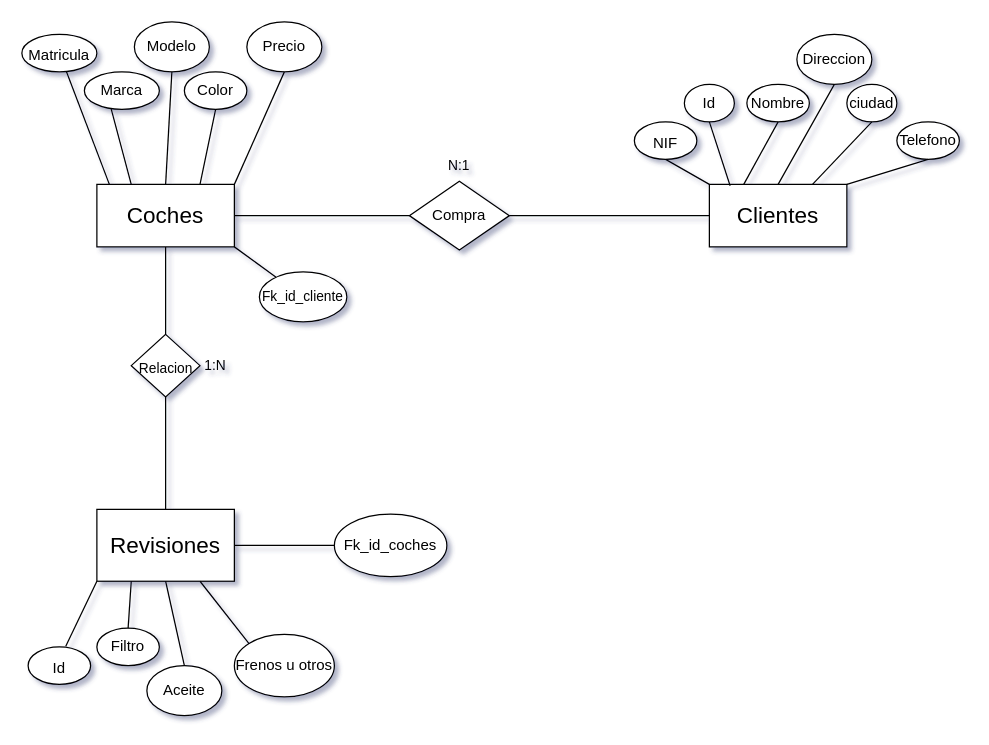
The draw.io diagram Untitled Diagram.drawio in elenaradrus/DiagramasDB, before the edit. Source tidied: cells renumbered, new cells numbered last; positions are measured from the earlier drawing's top-left corner, leaving out a move shared by most shapes. Both pictures are drawn from the tidied source at 125%, with x=0, y=0 at pixel (21, 21).
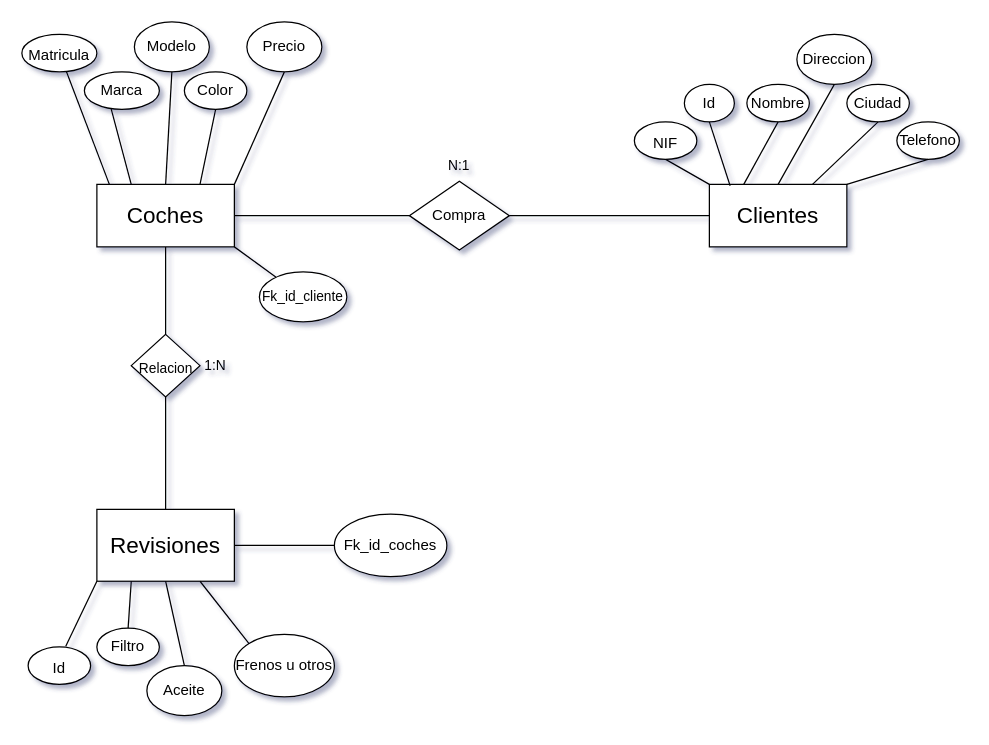
Above is the later version.

Change to the diagram source:
```diff
@@
-    <mxCell id="20" value="ciudad" style="ellipse;whiteSpace=wrap;html=1;fontSize=12;" parent="1" vertex="1">
-      <mxGeometry x="660" y="50" width="40" height="30" as="geometry" />
+    <mxCell id="20" value="Ciudad" style="ellipse;whiteSpace=wrap;html=1;fontSize=12;" parent="1" vertex="1">
+      <mxGeometry x="660" y="50" width="50" height="30" as="geometry" />
     </mxCell>
```
